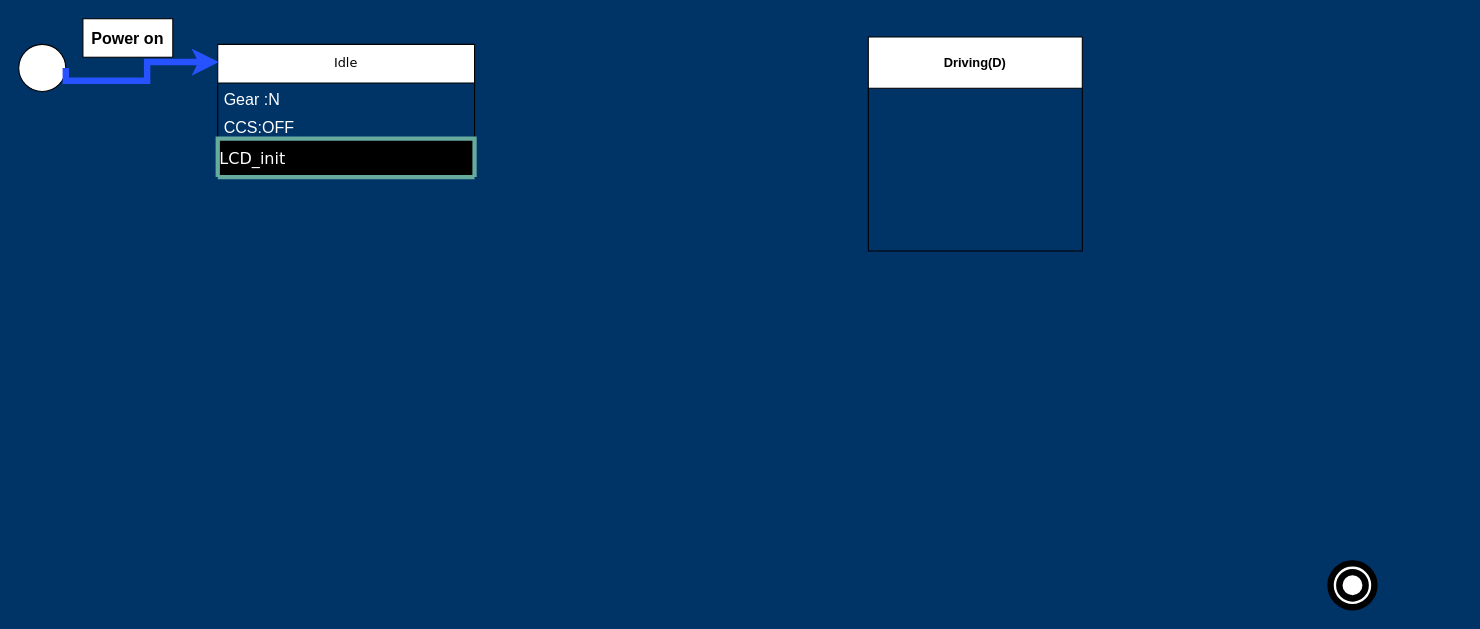
Above: Car_system.drawio in HESHAM47GAMAL/Car_system (draw.io), before the change. Source tidied: cells renumbered, new cells numbered last; positions are measured from the earlier drawing's top-left corner, leaving out a move shared by most shapes. Both pictures are drawn from the tidied source at 107%, with x=0, y=0 at pixel (18, 18).
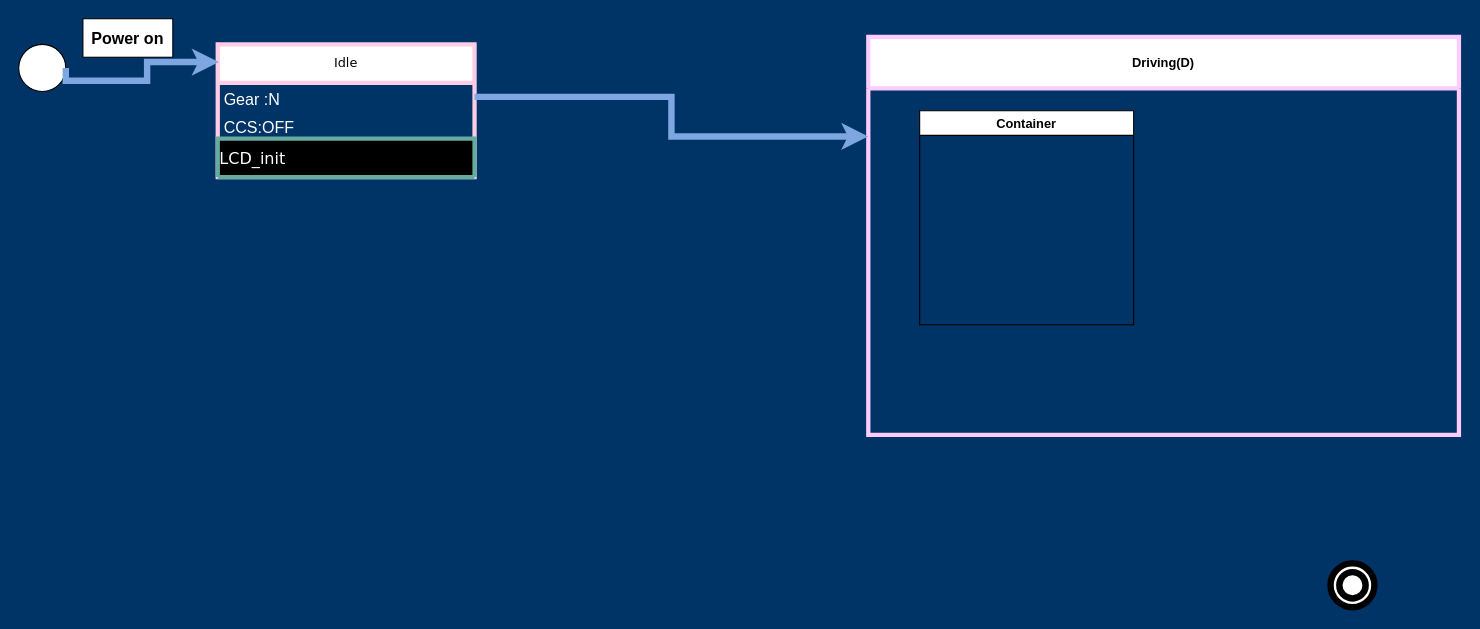
The same page after the edit.

Commit message:
start work in (Driving)D mode Car_system.drawio

What changed in the source:
```diff
@@
 <mxGraphModel background="#003366">
   <root>
     <mxCell id="0" />
     <mxCell id="1" parent="0" />
     <mxCell id="2" style="ellipse;whiteSpace=wrap;html=1;" parent="1" vertex="1">
       <mxGeometry y="24" width="44" height="44" as="geometry" />
     </mxCell>
     <mxCell id="3" style="ellipse;shape=doubleEllipse;whiteSpace=wrap;html=1;gradientColor=none;fillColor=default;fillStyle=auto;shadow=0;textShadow=0;perimeterSpacing=0;strokeWidth=6;" parent="1" vertex="1">
       <mxGeometry x="1226" y="509" width="41" height="41" as="geometry" />
     </mxCell>
-    <mxCell id="4" value="Idle" style="swimlane;fontStyle=0;horizontal=1;startSize=36;whiteSpace=wrap;html=1;fontFamily=Verdana;fontColor=default;rounded=0;gradientColor=none;swimlaneFillColor=none;" parent="1" vertex="1">
+    <mxCell id="4" value="Idle" style="swimlane;fontStyle=0;horizontal=1;startSize=36;whiteSpace=wrap;html=1;fontFamily=Verdana;fontColor=default;rounded=0;gradientColor=none;swimlaneFillColor=none;strokeWidth=4;strokeColor=#FFCCE6;" parent="1" vertex="1">
       <mxGeometry x="186" y="24" width="240" height="124" as="geometry" />
     </mxCell>
     <mxCell id="5" value="&lt;font style=&quot;font-size: 15px;&quot; color=&quot;#ffffff&quot;&gt;Gear :N&lt;/font&gt;" style="text;strokeColor=none;fillColor=none;align=left;verticalAlign=top;spacingLeft=4;spacingRight=4;overflow=hidden;points=[[0,0.5],[1,0.5]];portConstraint=eastwest;whiteSpace=wrap;html=1;" parent="4" vertex="1">
       <mxGeometry y="36" width="240" height="26" as="geometry" />
     </mxCell>
     <mxCell id="6" value="&lt;font style=&quot;font-size: 15px;&quot; color=&quot;#ffffff&quot;&gt;CCS:OFF&lt;/font&gt;" style="text;strokeColor=none;fillColor=none;align=left;verticalAlign=top;spacingLeft=4;spacingRight=4;overflow=hidden;whiteSpace=wrap;html=1;" parent="4" vertex="1">
       <mxGeometry y="62" width="240" height="26" as="geometry" />
     </mxCell>
     <mxCell id="7" value="&lt;font style=&quot;font-size: 15px;&quot;&gt;LCD_init&lt;/font&gt;" style="swimlane;fontStyle=0;horizontal=1;startSize=36;whiteSpace=wrap;html=1;fontFamily=Verdana;fontColor=#FFFFFF;rounded=0;fillColor=#000000;align=left;strokeColor=#67AB9F;strokeWidth=4;" parent="4" vertex="1" collapsed="1">
       <mxGeometry y="88" width="240" height="36" as="geometry" />
     </mxCell>
-    <mxCell id="8" style="edgeStyle=orthogonalEdgeStyle;rounded=0;jettySize=auto;html=1;exitX=1;exitY=0.5;exitDx=0;exitDy=0;entryX=0.004;entryY=0.133;entryDx=0;entryDy=0;entryPerimeter=0;strokeWidth=6;strokeColor=#2652FF;" parent="1" edge="1" source="2" target="4">
+    <mxCell id="8" style="edgeStyle=orthogonalEdgeStyle;rounded=0;jettySize=auto;html=1;exitX=1;exitY=0.5;exitDx=0;exitDy=0;entryX=0.004;entryY=0.133;entryDx=0;entryDy=0;entryPerimeter=0;strokeWidth=6;strokeColor=#7EA6E0;" parent="1" edge="1" source="2" target="4">
       <mxGeometry relative="1" as="geometry">
         <Array as="points">
           <mxPoint x="120" y="58" />
           <mxPoint x="120" y="41" />
         </Array>
       </mxGeometry>
     </mxCell>
     <mxCell id="9" value="&lt;font style=&quot;font-size: 15px;&quot;&gt;&lt;b&gt;Power on&lt;/b&gt;&lt;/font&gt;" style="rounded=0;whiteSpace=wrap;html=1;" parent="1" vertex="1">
       <mxGeometry x="60" width="84" height="36" as="geometry" />
     </mxCell>
-    <mxCell id="10" value="Driving(D)" style="swimlane;startSize=48;" parent="1" vertex="1">
-      <mxGeometry x="794" y="17" width="200" height="200" as="geometry" />
+    <mxCell id="10" value="Driving(D)" style="swimlane;startSize=48;strokeWidth=4;strokeColor=#FFCCFF;" parent="1" vertex="1">
+      <mxGeometry x="794" y="17" width="552" height="372" as="geometry" />
     </mxCell>
+    <mxCell id="11" value="Container" style="swimlane;" parent="10" vertex="1">
+      <mxGeometry x="48" y="69" width="200" height="200" as="geometry" />
+    </mxCell>
+    <mxCell id="12" style="edgeStyle=orthogonalEdgeStyle;rounded=0;jettySize=auto;html=1;exitX=1;exitY=0.5;exitDx=0;exitDy=0;entryX=0;entryY=0.25;entryDx=0;entryDy=0;strokeWidth=6;strokeColor=#7EA6E0;" parent="1" edge="1" source="5" target="10">
+      <mxGeometry relative="1" as="geometry" />
+    </mxCell>
   </root>
 </mxGraphModel>
```
